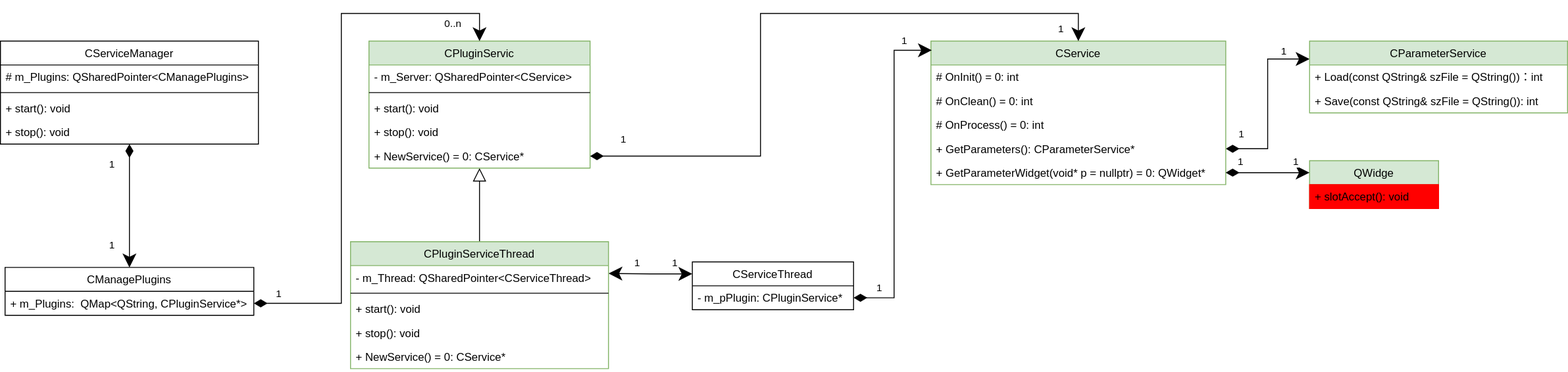
Earlier version of the draw.io export docs/Image/PluginServiceAPI.svg (KangLin/RabbitRemoteControl). Source tidied: cells renumbered, new cells last; positions are measured from the earlier drawing's top-left corner, leaving out a move shared by most shapes.
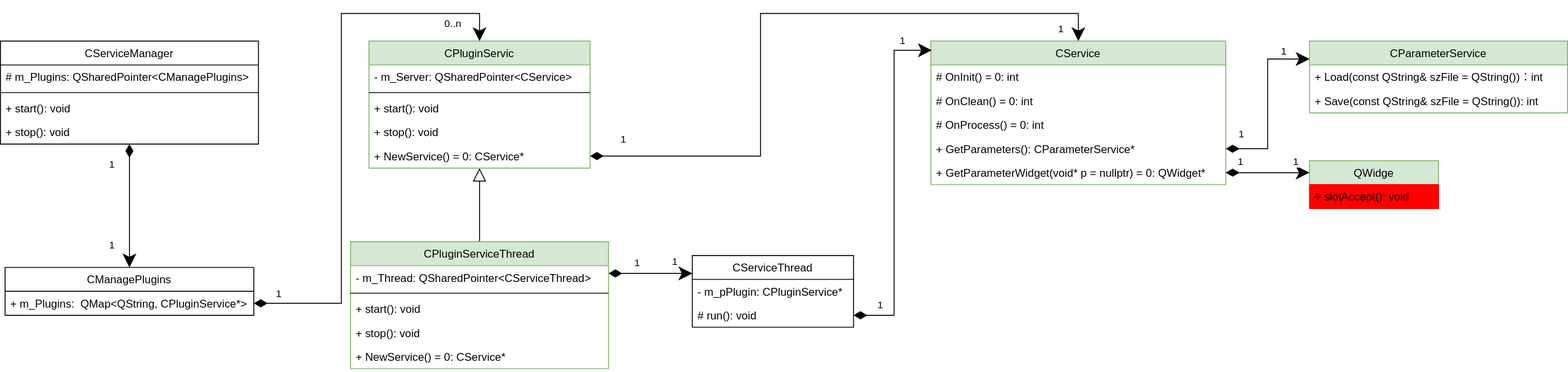
After the change.

The edit, as a diff of the source:
```diff
@@ -82,10 +82,10 @@
     <mxCell id="25" value="+ NewService() = 0: CService*" style="text;strokeColor=none;fillColor=none;align=left;verticalAlign=top;spacingLeft=4;spacingRight=4;overflow=hidden;points=[[0,0.5],[1,0.5]];portConstraint=eastwest;" parent="20" vertex="1">
       <mxGeometry y="112" width="240" height="26" as="geometry" />
     </mxCell>
-    <mxCell id="26" style="edgeStyle=orthogonalEdgeStyle;rounded=0;jettySize=auto;html=1;startArrow=diamondThin;startFill=1;startSize=12;endSize=12;exitX=1;exitY=0.75;exitDx=0;exitDy=0;entryX=0.003;entryY=0.064;entryDx=0;entryDy=0;entryPerimeter=0;" parent="1" edge="1" source="29" target="13">
+    <mxCell id="26" style="edgeStyle=orthogonalEdgeStyle;rounded=0;jettySize=auto;html=1;startArrow=diamondThin;startFill=1;startSize=12;endSize=12;entryX=0.003;entryY=0.064;entryDx=0;entryDy=0;entryPerimeter=0;exitX=1;exitY=0.5;exitDx=0;exitDy=0;" parent="1" edge="1" source="56" target="13">
       <mxGeometry relative="1" as="geometry">
         <Array as="points">
-          <mxPoint x="970" y="309" />
+          <mxPoint x="970" y="328" />
           <mxPoint x="970" y="40" />
         </Array>
       </mxGeometry>
@@ -101,11 +101,14 @@
       </mxGeometry>
     </mxCell>
     <mxCell id="29" value="CServiceThread" style="swimlane;fontStyle=0;horizontal=1;startSize=26;fillColor=none;" parent="1" vertex="1">
-      <mxGeometry x="751" y="270" width="175" height="52" as="geometry" />
+      <mxGeometry x="751" y="263" width="175" height="78" as="geometry" />
     </mxCell>
     <mxCell id="30" value="- m_pPlugin: CPluginService*" style="text;strokeColor=none;fillColor=none;align=left;verticalAlign=top;spacingLeft=4;spacingRight=4;overflow=hidden;" parent="29" vertex="1">
       <mxGeometry y="26" width="175" height="26" as="geometry" />
     </mxCell>
+    <mxCell id="56" value="# run(): void" style="text;strokeColor=none;fillColor=none;align=left;verticalAlign=top;spacingLeft=4;spacingRight=4;overflow=hidden;points=[[0,0.5],[1,0.5]];portConstraint=eastwest;" parent="29" vertex="1">
+      <mxGeometry y="52" width="175" height="26" as="geometry" />
+    </mxCell>
     <mxCell id="31" value="CParameterService" style="swimlane;fontStyle=0;horizontal=1;startSize=26;fillColor=#d5e8d4;strokeColor=#82b366;" parent="1" vertex="1">
       <mxGeometry x="1421" y="30" width="280" height="78" as="geometry" />
     </mxCell>
@@ -159,7 +162,7 @@
         <mxPoint y="-12" as="offset" />
       </mxGeometry>
     </mxCell>
-    <mxCell id="44" style="edgeStyle=orthogonalEdgeStyle;rounded=0;jettySize=auto;html=1;startArrow=classic;startFill=1;endArrow=classic;endFill=1;exitX=0;exitY=0.25;exitDx=0;exitDy=0;endSize=12;startSize=12;entryX=1;entryY=0.25;entryDx=0;entryDy=0;" parent="1" edge="1" source="29" target="47">
+    <mxCell id="44" style="edgeStyle=orthogonalEdgeStyle;rounded=0;jettySize=auto;html=1;startArrow=classic;startFill=1;endArrow=diamondThin;endFill=1;exitX=0;exitY=0.25;exitDx=0;exitDy=0;endSize=12;startSize=12;entryX=1;entryY=0.25;entryDx=0;entryDy=0;" parent="1" edge="1" source="29" target="47">
       <mxGeometry relative="1" as="geometry" />
     </mxCell>
     <mxCell id="45" value="1" style="edgeLabel;html=1;align=center;verticalAlign=middle;" parent="44" vertex="1">
```
